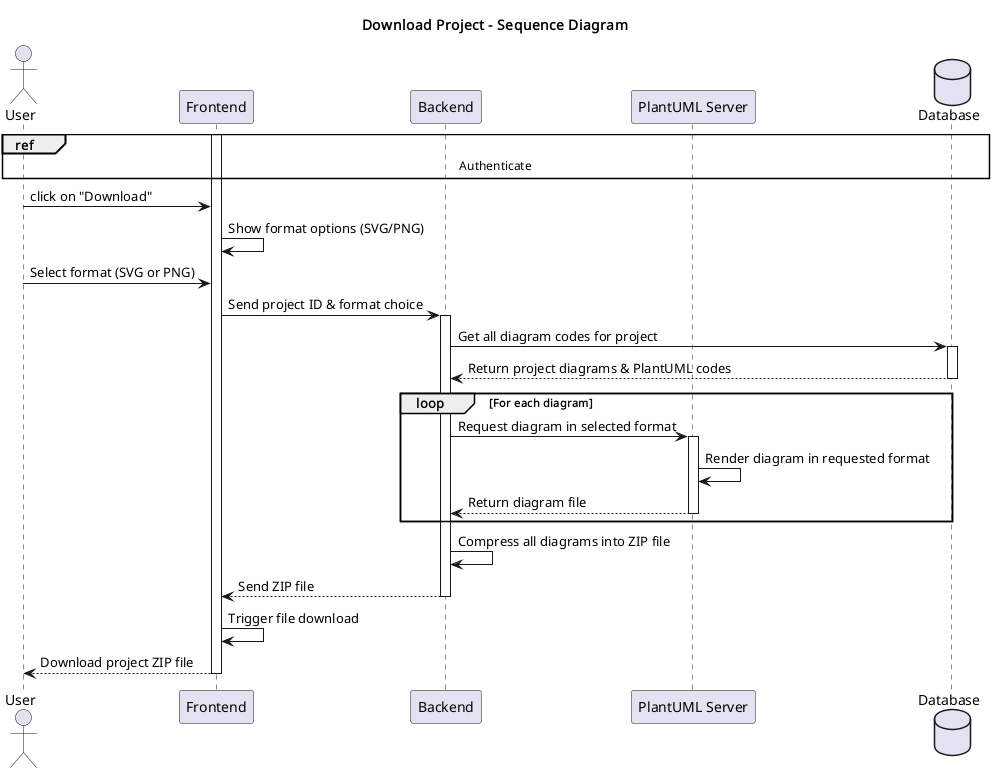
Earlier version of the PlantUML export conception/SprintIII/sequence_diagrams/sequence_projectManagement_3_5_DownloadProjectDiagramsAsZip.png (souhaib-askri/report_pfe). Its diagram source:
```plantuml
@startuml
title Download Project - Sequence Diagram

actor User
participant Frontend
participant Backend
participant "PlantUML Server" as PlantUML
database Database

ref over User, Database: Authenticate

activate Frontend

User -> Frontend: click on "Download"
Frontend -> Frontend: Show format options (SVG/PNG)

User -> Frontend: Select format (SVG or PNG)
Frontend -> Backend: Send project ID & format choice
activate Backend

Backend -> Database: Get all diagram codes for project
activate Database
Database --> Backend: Return project diagrams & PlantUML codes
deactivate Database

loop For each diagram
    Backend -> PlantUML: Request diagram in selected format
    activate PlantUML
    PlantUML -> PlantUML: Render diagram in requested format
    PlantUML --> Backend: Return diagram file
    deactivate PlantUML
end

Backend -> Backend: Compress all diagrams into ZIP file
Backend --> Frontend: Send ZIP file
deactivate Backend

Frontend -> Frontend: Trigger file download
Frontend --> User: Download project ZIP file
deactivate Frontend

@enduml
```
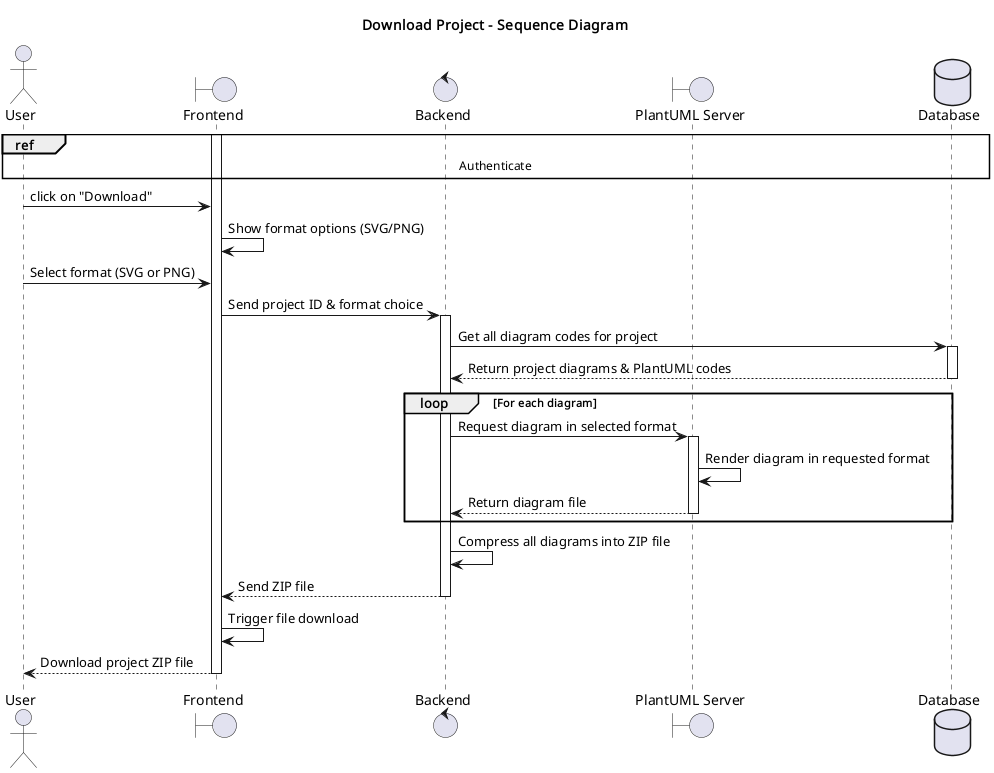
Later version of the same file.

Change to the diagram source:
```diff
@@ -2,9 +2,9 @@
 title Download Project - Sequence Diagram
 
 actor User
-participant Frontend
-participant Backend
-participant "PlantUML Server" as PlantUML
+boundary Frontend
+control Backend
+boundary "PlantUML Server" as PlantUML
 database Database
 
 ref over User, Database: Authenticate
```
